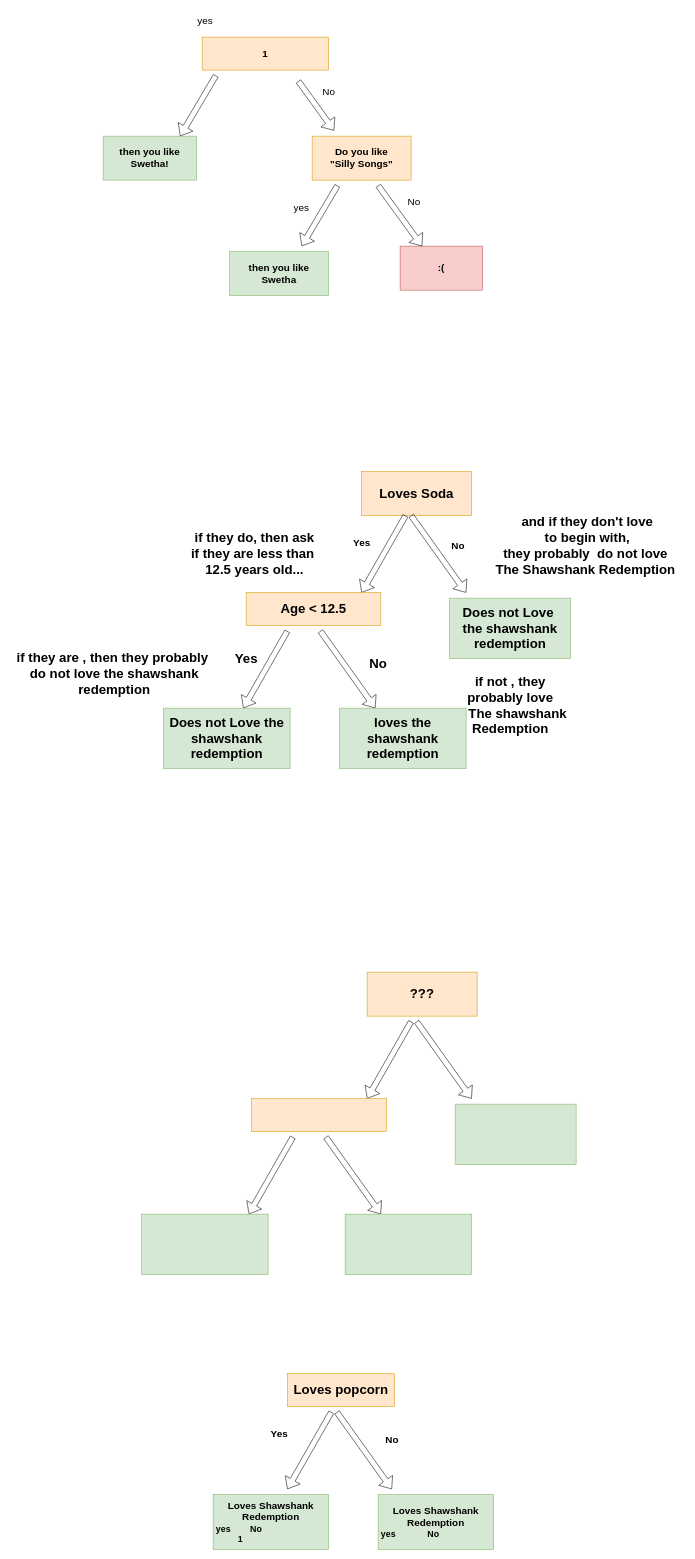
This is Untitled Diagram.drawio from Swetha-Shree-B-Ananthaswamy/Grokking-Coding-Interview, a draw.io file, before an edit. Source tidied: cells renumbered, new cells numbered last; positions are measured from the earlier drawing's top-left corner, leaving out a move shared by most shapes. Both pictures are drawn from the tidied source at 55%, with x=0, y=0 at pixel (9, 9).
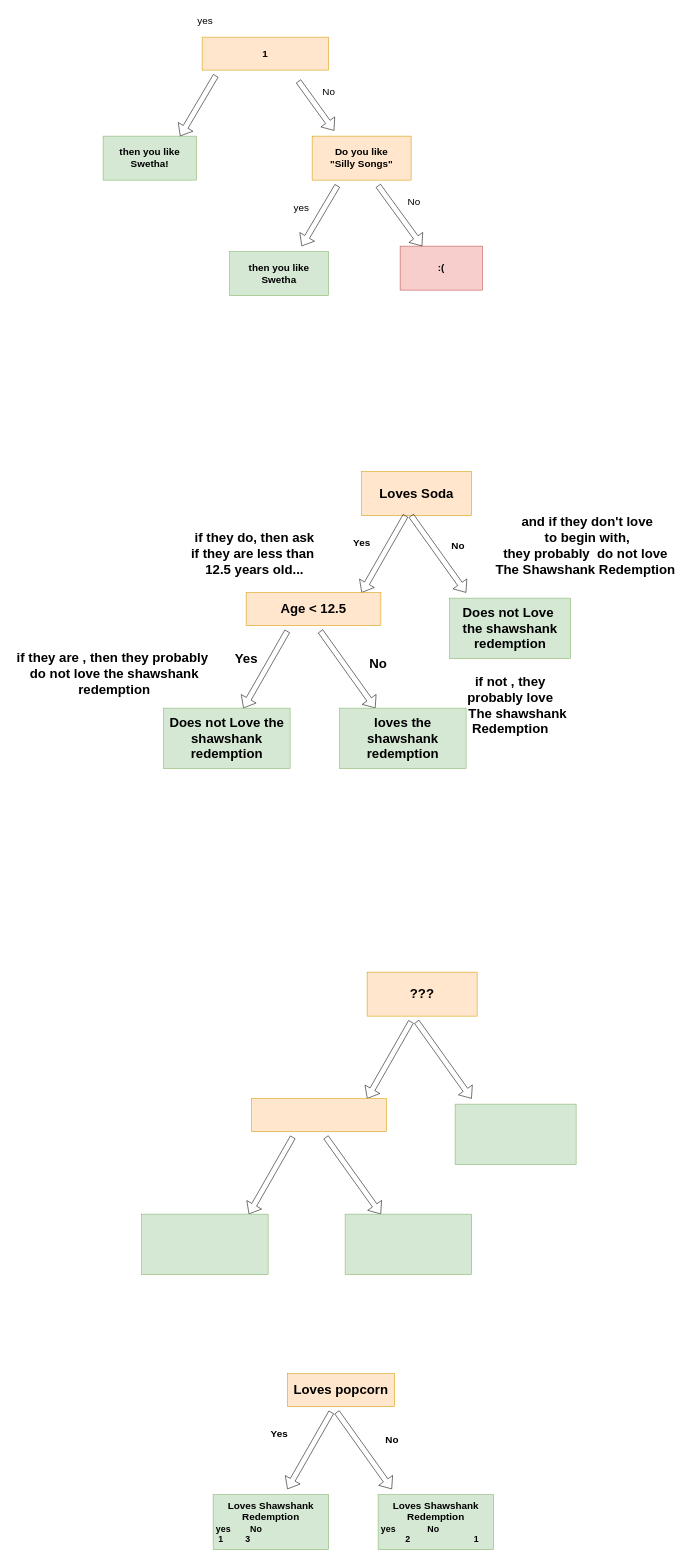
The same diagram, later.

What changed in the source:
```diff
@@
-    <mxCell id="44" value="&lt;font style=&quot;font-size: 18px;&quot;&gt;&lt;b&gt;Loves Shawshank Redemption&lt;br&gt;&lt;/b&gt;&lt;/font&gt;&lt;div style=&quot;text-align: left;&quot;&gt;&lt;span style=&quot;background-color: initial;&quot;&gt;&lt;font size=&quot;3&quot;&gt;&lt;b&gt;&lt;span style=&quot;&quot;&gt; &lt;/span&gt;&lt;span style=&quot;white-space: pre;&quot;&gt; &lt;/span&gt;yes&lt;span style=&quot;&quot;&gt; &lt;/span&gt;&lt;span style=&quot;&quot;&gt; &lt;/span&gt;&lt;span style=&quot;&quot;&gt; &lt;/span&gt;&amp;nbsp; &amp;nbsp; &amp;nbsp;&lt;span style=&quot;white-space: pre;&quot;&gt; &lt;/span&gt;&lt;span style=&quot;white-space: pre;&quot;&gt; &lt;/span&gt;&amp;nbsp; &amp;nbsp; &amp;nbsp;&lt;span style=&quot;&quot;&gt;N&lt;/span&gt;o&lt;/b&gt;&lt;/font&gt;&lt;/span&gt;&lt;/div&gt;&lt;div style=&quot;text-align: left;&quot;&gt;&lt;span style=&quot;background-color: initial;&quot;&gt;&lt;font size=&quot;3&quot;&gt;&lt;span style=&quot;&quot;&gt; &lt;/span&gt;&lt;/font&gt;&lt;/span&gt;&lt;/div&gt;" style="rounded=0;whiteSpace=wrap;html=1;fillColor=#d5e8d4;strokeColor=#82b366;" parent="1" vertex="1">
+    <mxCell id="44" value="&lt;font style=&quot;font-size: 18px;&quot;&gt;&lt;b&gt;Loves Shawshank Redemption&lt;br&gt;&lt;/b&gt;&lt;/font&gt;&lt;div style=&quot;text-align: left;&quot;&gt;&lt;span style=&quot;background-color: initial;&quot;&gt;&lt;font size=&quot;3&quot;&gt;&lt;b&gt;&lt;span style=&quot;&quot;&gt; &lt;/span&gt;&lt;span style=&quot;white-space: pre;&quot;&gt; &lt;/span&gt;yes&lt;span style=&quot;&quot;&gt; &lt;/span&gt;&lt;span style=&quot;&quot;&gt; &lt;/span&gt;&lt;span style=&quot;&quot;&gt; &lt;/span&gt;&amp;nbsp; &amp;nbsp; &amp;nbsp;&lt;span style=&quot;white-space: pre;&quot;&gt; &lt;/span&gt;&lt;span style=&quot;white-space: pre;&quot;&gt; &lt;/span&gt;&amp;nbsp; &amp;nbsp; &amp;nbsp;&lt;span style=&quot;&quot;&gt;N&lt;/span&gt;o&lt;/b&gt;&lt;/font&gt;&lt;/span&gt;&lt;/div&gt;&lt;div style=&quot;text-align: left;&quot;&gt;&lt;span style=&quot;background-color: initial;&quot;&gt;&lt;font size=&quot;3&quot;&gt;&lt;b&gt;&amp;nbsp; &amp;nbsp; &amp;nbsp; &amp;nbsp; &amp;nbsp; &amp;nbsp;2&amp;nbsp; &amp;nbsp; &amp;nbsp; &amp;nbsp; &amp;nbsp; &amp;nbsp; &amp;nbsp; &amp;nbsp; &amp;nbsp; &amp;nbsp; &amp;nbsp; &amp;nbsp; &amp;nbsp; 1&lt;/b&gt;&lt;/font&gt;&lt;/span&gt;&lt;/div&gt;&lt;div style=&quot;text-align: left;&quot;&gt;&lt;span style=&quot;background-color: initial;&quot;&gt;&lt;font size=&quot;3&quot;&gt;&lt;span style=&quot;&quot;&gt; &lt;/span&gt;&lt;/font&gt;&lt;/span&gt;&lt;/div&gt;" style="rounded=0;whiteSpace=wrap;html=1;fillColor=#d5e8d4;strokeColor=#82b366;" parent="1" vertex="1">
       <mxGeometry x="670" y="2700" width="210" height="100" as="geometry" />
     </mxCell>
-    <mxCell id="45" value="&lt;font style=&quot;font-size: 18px;&quot;&gt;&lt;b&gt;Loves Shawshank Redemption&lt;br&gt;&lt;/b&gt;&lt;/font&gt;&lt;div style=&quot;text-align: left;&quot;&gt;&lt;span style=&quot;background-color: initial;&quot;&gt;&lt;font size=&quot;3&quot;&gt;&lt;b&gt;&lt;span style=&quot;white-space: pre;&quot;&gt; &lt;/span&gt;yes&lt;span style=&quot;white-space: pre;&quot;&gt; &lt;/span&gt;&lt;span style=&quot;white-space: pre;&quot;&gt; &lt;/span&gt;&lt;span style=&quot;white-space: pre;&quot;&gt; &lt;/span&gt;&amp;nbsp; &amp;nbsp; &amp;nbsp;&lt;span style=&quot;white-space: pre;&quot;&gt;N&lt;/span&gt;o&lt;/b&gt;&lt;/font&gt;&lt;/span&gt;&lt;/div&gt;&lt;div style=&quot;text-align: left;&quot;&gt;&lt;span style=&quot;background-color: initial;&quot;&gt;&lt;font size=&quot;3&quot;&gt;&lt;span style=&quot;white-space: pre;&quot;&gt;&lt;b&gt; &lt;span style=&quot;white-space: pre;&quot;&gt; &lt;/span&gt;&lt;span style=&quot;white-space: pre;&quot;&gt; &lt;/span&gt;&lt;span style=&quot;white-space: pre;&quot;&gt; &lt;/span&gt;      1&lt;/b&gt;&lt;/span&gt;&lt;br&gt;&lt;/font&gt;&lt;/span&gt;&lt;/div&gt;" style="rounded=0;whiteSpace=wrap;html=1;fillColor=#d5e8d4;strokeColor=#82b366;" parent="1" vertex="1">
+    <mxCell id="45" value="&lt;font style=&quot;font-size: 18px;&quot;&gt;&lt;b&gt;Loves Shawshank Redemption&lt;br&gt;&lt;/b&gt;&lt;/font&gt;&lt;div style=&quot;text-align: left;&quot;&gt;&lt;span style=&quot;background-color: initial;&quot;&gt;&lt;font size=&quot;3&quot;&gt;&lt;b&gt;&lt;span style=&quot;white-space: pre;&quot;&gt; &lt;/span&gt;yes&lt;span style=&quot;white-space: pre;&quot;&gt; &lt;/span&gt;&lt;span style=&quot;white-space: pre;&quot;&gt; &lt;/span&gt;&lt;span style=&quot;white-space: pre;&quot;&gt; &lt;/span&gt;&amp;nbsp; &amp;nbsp; &amp;nbsp;&lt;span style=&quot;white-space: pre;&quot;&gt;N&lt;/span&gt;o&lt;/b&gt;&lt;/font&gt;&lt;/span&gt;&lt;/div&gt;&lt;div style=&quot;text-align: left;&quot;&gt;&lt;span style=&quot;background-color: initial;&quot;&gt;&lt;font size=&quot;3&quot;&gt;&lt;span style=&quot;white-space: pre;&quot;&gt;&lt;b&gt;  1&lt;span style=&quot;white-space: pre;&quot;&gt; &lt;/span&gt;&lt;span style=&quot;white-space: pre;&quot;&gt; &lt;/span&gt;&lt;span style=&quot;white-space: pre;&quot;&gt; &lt;/span&gt;      3&lt;/b&gt;&lt;/span&gt;&lt;br&gt;&lt;/font&gt;&lt;/span&gt;&lt;/div&gt;" style="rounded=0;whiteSpace=wrap;html=1;fillColor=#d5e8d4;strokeColor=#82b366;" parent="1" vertex="1">
       <mxGeometry x="370" y="2700" width="210" height="100" as="geometry" />
     </mxCell>
```
